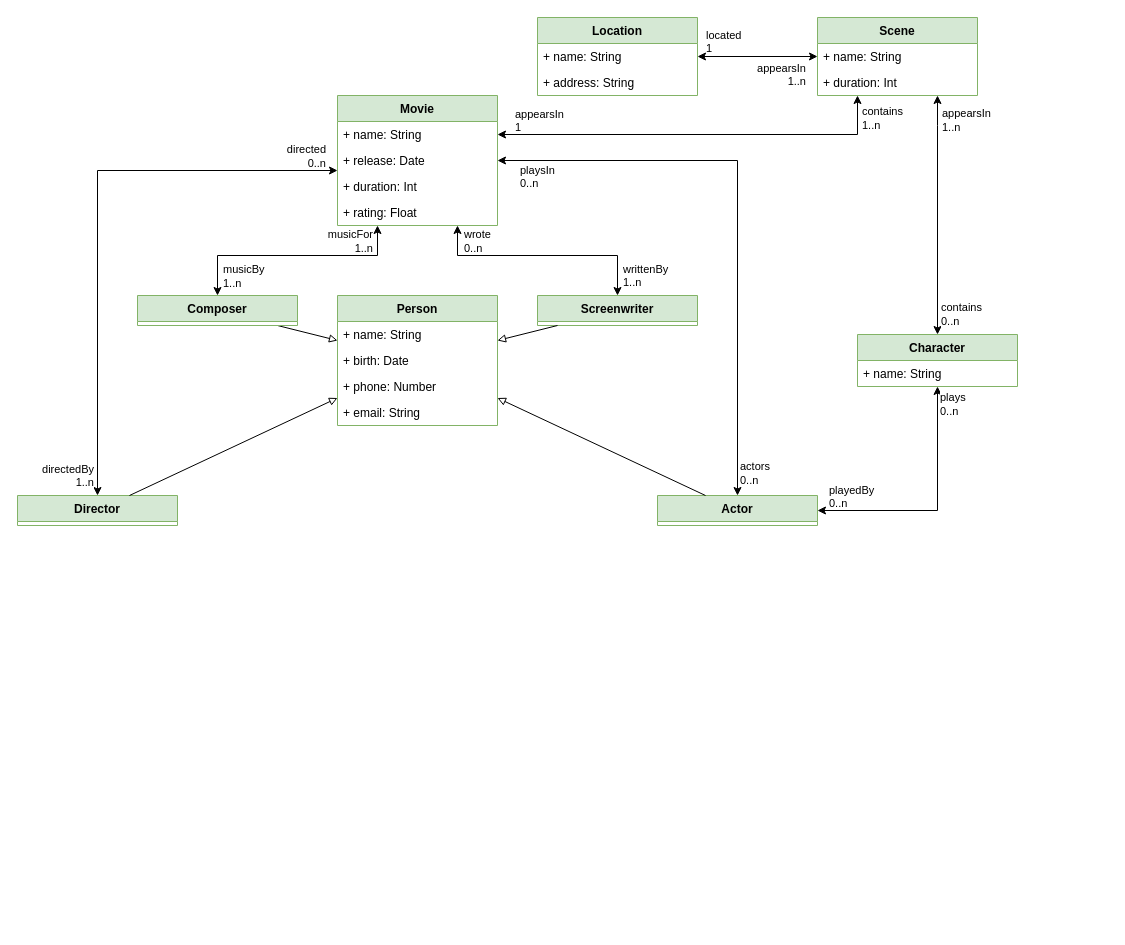
Before: hw3-UML-and-OCL/movie.drawio in jiriklepl/NTIN043, a draw.io diagram. Source tidied: cells renumbered, new cells numbered last; positions are measured from the earlier drawing's top-left corner, leaving out a move shared by most shapes. Both pictures are drawn from the tidied source at 100%, with x=0, y=0 at pixel (17, 17).
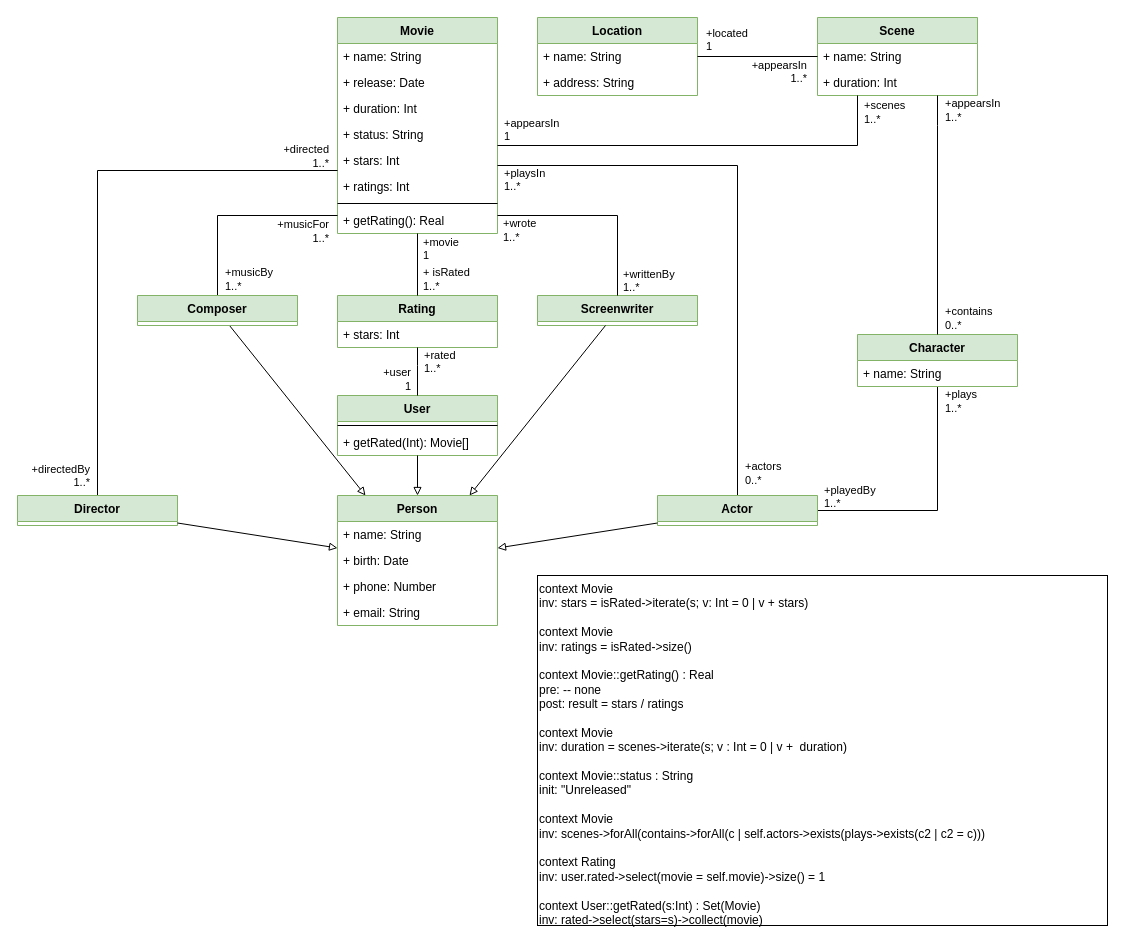
The same page after the edit.

Commit message:
i think this is almost done

Unchanged cells that the change refers to:
```xml
<mxCell id="10" value="Director" style="swimlane;fontStyle=1;align=center;verticalAlign=top;horizontal=1;startSize=26;fillColor=#d5e8d4;strokeColor=#82b366;" parent="1" vertex="1">
  <mxGeometry y="478" width="160" height="30" as="geometry" />
</mxCell>
<mxCell id="17" value="Actor" style="swimlane;fontStyle=1;align=center;verticalAlign=top;horizontal=1;startSize=26;fillColor=#d5e8d4;strokeColor=#82b366;" parent="1" vertex="1">
  <mxGeometry x="640" y="478" width="160" height="30" as="geometry" />
</mxCell>
<mxCell id="18" value="Character" style="swimlane;fontStyle=1;align=center;verticalAlign=top;horizontal=1;startSize=26;fillColor=#d5e8d4;strokeColor=#82b366;" parent="1" vertex="1">
  <mxGeometry x="840" y="317" width="160" height="52" as="geometry" />
</mxCell>
<mxCell id="20" value="Scene" style="swimlane;fontStyle=1;align=center;verticalAlign=top;horizontal=1;startSize=26;fillColor=#d5e8d4;strokeColor=#82b366;" parent="1" vertex="1">
  <mxGeometry x="800" width="160" height="78" as="geometry" />
</mxCell>
<mxCell id="21" value="+ name: String" style="text;strokeColor=none;fillColor=none;align=left;verticalAlign=top;spacingLeft=4;spacingRight=4;overflow=hidden;points=[[0,0.5],[1,0.5]];portConstraint=eastwest;" parent="20" vertex="1">
  <mxGeometry y="26" width="160" height="26" as="geometry" />
</mxCell>
<mxCell id="23" value="Location" style="swimlane;fontStyle=1;align=center;verticalAlign=top;horizontal=1;startSize=26;fillColor=#d5e8d4;strokeColor=#82b366;" parent="1" vertex="1">
  <mxGeometry x="520" width="160" height="78" as="geometry" />
</mxCell>
<mxCell id="31" value="Screenwriter" style="swimlane;fontStyle=1;align=center;verticalAlign=top;horizontal=1;startSize=26;fillColor=#d5e8d4;strokeColor=#82b366;" parent="1" vertex="1">
  <mxGeometry x="520" y="278" width="160" height="30" as="geometry" />
</mxCell>
<mxCell id="48" value="Composer" style="swimlane;fontStyle=1;align=center;verticalAlign=top;horizontal=1;startSize=26;fillColor=#d5e8d4;strokeColor=#82b366;" parent="1" vertex="1">
  <mxGeometry x="120" y="278" width="160" height="30" as="geometry" />
</mxCell>
```

What changed in the source:
```diff
@@
     <mxCell id="2" value="Movie" style="swimlane;fontStyle=1;align=center;verticalAlign=top;horizontal=1;startSize=26;fillColor=#d5e8d4;strokeColor=#82b366;" parent="1" vertex="1">
-      <mxGeometry x="320" y="78" width="160" height="130" as="geometry" />
+      <mxGeometry x="320" width="160" height="216" as="geometry" />
     </mxCell>
@@
-    <mxCell id="6" value="+ rating: Float" style="text;strokeColor=none;fillColor=none;align=left;verticalAlign=top;spacingLeft=4;spacingRight=4;overflow=hidden;" parent="2" vertex="1">
+    <mxCell id="6" value="+ status: String" style="text;strokeColor=none;fillColor=none;align=left;verticalAlign=top;spacingLeft=4;spacingRight=4;overflow=hidden;" parent="2" vertex="1">
       <mxGeometry y="104" width="160" height="26" as="geometry" />
     </mxCell>
+    <mxCell id="52" value="+ stars: Int" style="text;strokeColor=none;fillColor=none;align=left;verticalAlign=top;spacingLeft=4;spacingRight=4;overflow=hidden;" parent="2" vertex="1">
+      <mxGeometry y="130" width="160" height="26" as="geometry" />
+    </mxCell>
+    <mxCell id="53" value="+ ratings: Int" style="text;strokeColor=none;fillColor=none;align=left;verticalAlign=top;spacingLeft=4;spacingRight=4;overflow=hidden;" parent="2" vertex="1">
+      <mxGeometry y="156" width="160" height="26" as="geometry" />
+    </mxCell>
+    <mxCell id="54" style="line;strokeWidth=1;fillColor=none;align=left;verticalAlign=middle;spacingTop=-1;spacingLeft=3;spacingRight=3;labelPosition=right;" parent="2" vertex="1">
+      <mxGeometry y="182" width="160" height="8" as="geometry" />
+    </mxCell>
+    <mxCell id="55" value="+ getRating(): Real" style="text;strokeColor=none;fillColor=none;align=left;verticalAlign=top;spacingLeft=4;spacingRight=4;overflow=hidden;" parent="2" vertex="1">
+      <mxGeometry y="190" width="160" height="26" as="geometry" />
+    </mxCell>
-    <mxCell id="7" style="edgeStyle=orthogonalEdgeStyle;rounded=0;jettySize=auto;html=1;startArrow=classic;startFill=1;" parent="1" edge="1" source="10" target="2">
+    <mxCell id="7" style="edgeStyle=orthogonalEdgeStyle;rounded=0;jettySize=auto;html=1;startArrow=none;startFill=0;endArrow=none;endFill=0;" parent="1" edge="1" source="10" target="2">
       <mxGeometry relative="1" as="geometry">
         <Array as="points">
           <mxPoint x="80" y="153" />
         </Array>
       </mxGeometry>
     </mxCell>
-    <mxCell id="8" value="directed&lt;br&gt;&lt;div&gt;0..n&lt;/div&gt;" style="edgeLabel;html=1;align=right;verticalAlign=middle;" parent="7" vertex="1">
+    <mxCell id="8" value="+directed&lt;br&gt;&lt;div&gt;1..*&lt;/div&gt;" style="edgeLabel;html=1;align=right;verticalAlign=middle;" parent="7" vertex="1">
       <mxGeometry x="0.86" y="-1" relative="1" as="geometry">
-        <mxPoint x="29" y="-16" as="offset" />
+        <mxPoint x="32" y="-16" as="offset" />
       </mxGeometry>
     </mxCell>
-    <mxCell id="9" value="directedBy&lt;br&gt;1..n" style="edgeLabel;html=1;align=right;verticalAlign=bottom;" parent="7" vertex="1">
+    <mxCell id="9" value="+directedBy&lt;br&gt;1..*" style="edgeLabel;html=1;align=right;verticalAlign=bottom;" parent="7" vertex="1">
       <mxGeometry x="-0.93" y="-1" relative="1" as="geometry">
-        <mxPoint x="-4" y="15" as="offset" />
+        <mxPoint x="-8" y="15" as="offset" />
       </mxGeometry>
     </mxCell>
@@
-    <mxCell id="11" style="edgeStyle=orthogonalEdgeStyle;rounded=0;jettySize=auto;html=1;startArrow=classic;startFill=1;" parent="1" edge="1" source="17" target="18">
+    <mxCell id="11" style="edgeStyle=orthogonalEdgeStyle;rounded=0;jettySize=auto;html=1;startArrow=none;startFill=0;endArrow=none;endFill=0;" parent="1" edge="1" source="17" target="18">
       <mxGeometry relative="1" as="geometry" />
     </mxCell>
-    <mxCell id="12" value="plays&lt;br&gt;&lt;div&gt;0..n&lt;/div&gt;" style="edgeLabel;html=1;align=left;verticalAlign=middle;" parent="11" vertex="1">
-      <mxGeometry x="0.86" y="-1" relative="1" as="geometry" />
+    <mxCell id="12" value="+plays&lt;br&gt;&lt;div&gt;1..*&lt;/div&gt;" style="edgeLabel;html=1;align=left;verticalAlign=middle;" parent="11" vertex="1">
+      <mxGeometry x="0.86" y="-1" relative="1" as="geometry">
+        <mxPoint x="5" y="-3" as="offset" />
+      </mxGeometry>
     </mxCell>
-    <mxCell id="13" value="playedBy&lt;br&gt;0..n" style="edgeLabel;html=1;align=left;verticalAlign=bottom;" parent="11" vertex="1">
+    <mxCell id="13" value="+playedBy&lt;br&gt;1..*" style="edgeLabel;html=1;align=left;verticalAlign=bottom;" parent="11" vertex="1">
       <mxGeometry x="-0.83" y="-3" relative="1" as="geometry">
-        <mxPoint x="-11" y="-2" as="offset" />
+        <mxPoint x="-16" y="-2" as="offset" />
       </mxGeometry>
     </mxCell>
-    <mxCell id="14" style="edgeStyle=orthogonalEdgeStyle;rounded=0;jettySize=auto;html=1;startArrow=classic;startFill=1;" parent="1" edge="1" source="17" target="2">
+    <mxCell id="14" style="edgeStyle=orthogonalEdgeStyle;rounded=0;jettySize=auto;html=1;startArrow=none;startFill=0;endArrow=none;endFill=0;" parent="1" edge="1" source="17" target="2">
       <mxGeometry relative="1" as="geometry">
         <Array as="points">
-          <mxPoint x="720" y="143" />
+          <mxPoint x="720" y="148" />
         </Array>
       </mxGeometry>
     </mxCell>
-    <mxCell id="15" value="playsIn&lt;br&gt;0..n" style="edgeLabel;html=1;align=left;verticalAlign=top;" parent="14" vertex="1">
+    <mxCell id="15" value="+playsIn&lt;br&gt;1..*" style="edgeLabel;html=1;align=left;verticalAlign=top;" parent="14" vertex="1">
       <mxGeometry x="0.93" relative="1" as="geometry">
-        <mxPoint x="1" y="-3" as="offset" />
+        <mxPoint x="-15" y="-5" as="offset" />
       </mxGeometry>
     </mxCell>
-    <mxCell id="16" value="actors&lt;br&gt;0..n" style="edgeLabel;html=1;align=left;verticalAlign=middle;" parent="14" vertex="1">
+    <mxCell id="16" value="+actors&lt;br&gt;0..*" style="edgeLabel;html=1;align=left;verticalAlign=middle;" parent="14" vertex="1">
       <mxGeometry x="-0.92" relative="1" as="geometry">
-        <mxPoint x="1" as="offset" />
+        <mxPoint x="6" as="offset" />
       </mxGeometry>
     </mxCell>
@@
     <mxCell id="26" value="Person" style="swimlane;fontStyle=1;align=center;verticalAlign=top;horizontal=1;startSize=26;fillColor=#d5e8d4;strokeColor=#82b366;" parent="1" vertex="1">
-      <mxGeometry x="320" y="278" width="160" height="130" as="geometry" />
+      <mxGeometry x="320" y="478" width="160" height="130" as="geometry" />
     </mxCell>
@@
-    <mxCell id="32" style="edgeStyle=orthogonalEdgeStyle;rounded=0;jettySize=auto;html=1;startArrow=classic;startFill=1;" parent="1" edge="1" source="48" target="2">
+    <mxCell id="32" style="edgeStyle=orthogonalEdgeStyle;rounded=0;jettySize=auto;html=1;startArrow=none;startFill=0;endArrow=none;endFill=0;" parent="1" edge="1" source="48" target="2">
       <mxGeometry relative="1" as="geometry">
         <Array as="points">
-          <mxPoint x="200" y="238" />
-          <mxPoint x="360" y="238" />
+          <mxPoint x="200" y="198" />
         </Array>
       </mxGeometry>
     </mxCell>
-    <mxCell id="33" value="musicBy&lt;br&gt;1..n" style="edgeLabel;html=1;align=left;verticalAlign=middle;" parent="32" vertex="1">
+    <mxCell id="33" value="+musicBy&lt;br&gt;1..*" style="edgeLabel;html=1;align=left;verticalAlign=middle;" parent="32" vertex="1">
       <mxGeometry x="-0.52" y="-3" relative="1" as="geometry">
-        <mxPoint x="-11" y="17" as="offset" />
+        <mxPoint x="3" y="31" as="offset" />
       </mxGeometry>
     </mxCell>
-    <mxCell id="34" value="&lt;div style=&quot;&quot;&gt;musicFor&lt;/div&gt;1..n" style="edgeLabel;html=1;align=right;verticalAlign=middle;" parent="32" vertex="1">
+    <mxCell id="34" value="&lt;div&gt;+musicFor&lt;/div&gt;1..*" style="edgeLabel;html=1;align=right;verticalAlign=middle;" parent="32" vertex="1">
       <mxGeometry x="0.58" y="2" relative="1" as="geometry">
-        <mxPoint x="14" y="-13" as="offset" />
+        <mxPoint x="34" y="17" as="offset" />
       </mxGeometry>
     </mxCell>
-    <mxCell id="35" style="edgeStyle=orthogonalEdgeStyle;rounded=0;jettySize=auto;html=1;startArrow=classic;startFill=1;" parent="1" edge="1" source="21" target="23">
+    <mxCell id="35" style="edgeStyle=orthogonalEdgeStyle;rounded=0;jettySize=auto;html=1;startArrow=none;startFill=0;endArrow=none;endFill=0;" parent="1" edge="1" source="21" target="23">
       <mxGeometry relative="1" as="geometry" />
     </mxCell>
-    <mxCell id="36" value="&lt;div&gt;located&lt;/div&gt;&lt;div&gt;1&lt;/div&gt;" style="edgeLabel;html=1;align=left;verticalAlign=bottom;" parent="35" vertex="1">
+    <mxCell id="36" value="&lt;div&gt;+located&lt;/div&gt;&lt;div&gt;1&lt;/div&gt;" style="edgeLabel;html=1;align=left;verticalAlign=bottom;" parent="35" vertex="1">
       <mxGeometry x="0.68" y="1" relative="1" as="geometry">
-        <mxPoint x="-12" y="-1" as="offset" />
+        <mxPoint x="-12" y="-3" as="offset" />
       </mxGeometry>
     </mxCell>
-    <mxCell id="37" value="appearsIn&lt;br&gt;1..n" style="edgeLabel;html=1;align=right;verticalAlign=top;" parent="35" vertex="1">
+    <mxCell id="37" value="+appearsIn&lt;br&gt;1..*" style="edgeLabel;html=1;align=right;verticalAlign=top;" parent="35" vertex="1">
       <mxGeometry x="-0.7" y="2" relative="1" as="geometry">
-        <mxPoint x="7" y="-3" as="offset" />
+        <mxPoint x="8" y="-6" as="offset" />
       </mxGeometry>
     </mxCell>
-    <mxCell id="38" style="edgeStyle=orthogonalEdgeStyle;rounded=0;jettySize=auto;html=1;startArrow=classic;startFill=1;" parent="1" edge="1" source="2" target="20">
+    <mxCell id="38" style="edgeStyle=orthogonalEdgeStyle;rounded=0;jettySize=auto;html=1;startArrow=none;startFill=0;endArrow=none;endFill=0;" parent="1" edge="1" source="2" target="20">
       <mxGeometry relative="1" as="geometry">
         <Array as="points">
-          <mxPoint x="840" y="117" />
+          <mxPoint x="840" y="128" />
         </Array>
       </mxGeometry>
     </mxCell>
-    <mxCell id="39" value="contains&lt;br&gt;1..n" style="edgeLabel;html=1;align=left;verticalAlign=middle;" parent="38" vertex="1">
+    <mxCell id="39" value="+scenes&lt;br&gt;1..*" style="edgeLabel;html=1;align=left;verticalAlign=middle;" parent="38" vertex="1">
       <mxGeometry x="0.84" y="1" relative="1" as="geometry">
-        <mxPoint x="4" y="-10" as="offset" />
+        <mxPoint x="6" y="-17" as="offset" />
       </mxGeometry>
     </mxCell>
-    <mxCell id="40" value="appearsIn&lt;br&gt;1" style="edgeLabel;html=1;align=left;verticalAlign=bottom;" parent="38" vertex="1">
+    <mxCell id="40" value="+appearsIn&lt;br&gt;1" style="edgeLabel;html=1;align=left;verticalAlign=bottom;" parent="38" vertex="1">
       <mxGeometry x="-0.92" y="-2" relative="1" as="geometry">
-        <mxPoint y="-1" as="offset" />
+        <mxPoint x="-11" y="-3" as="offset" />
       </mxGeometry>
     </mxCell>
-    <mxCell id="41" style="edgeStyle=orthogonalEdgeStyle;rounded=0;jettySize=auto;html=1;startArrow=classic;startFill=1;" parent="1" edge="1" source="20" target="18">
+    <mxCell id="41" style="edgeStyle=orthogonalEdgeStyle;rounded=0;jettySize=auto;html=1;startArrow=none;startFill=0;endArrow=none;endFill=0;" parent="1" edge="1" source="20" target="18">
       <mxGeometry relative="1" as="geometry">
         <Array as="points">
           <mxPoint x="920" y="108" />
           <mxPoint x="920" y="108" />
         </Array>
       </mxGeometry>
     </mxCell>
-    <mxCell id="42" value="appearsIn&lt;br&gt;1..n" style="edgeLabel;html=1;align=left;verticalAlign=middle;" parent="41" vertex="1">
+    <mxCell id="42" value="+appearsIn&lt;br&gt;1..*" style="edgeLabel;html=1;align=left;verticalAlign=middle;" parent="41" vertex="1">
       <mxGeometry x="-0.79" y="4" relative="1" as="geometry">
-        <mxPoint x="-1" y="-1" as="offset" />
+        <mxPoint x="2" y="-11" as="offset" />
       </mxGeometry>
     </mxCell>
-    <mxCell id="43" value="contains&lt;br&gt;0..n" style="edgeLabel;html=1;align=left;verticalAlign=middle;" parent="41" vertex="1">
+    <mxCell id="43" value="+contains&lt;br&gt;0..*" style="edgeLabel;html=1;align=left;verticalAlign=middle;" parent="41" vertex="1">
       <mxGeometry x="0.7" y="4" relative="1" as="geometry">
-        <mxPoint x="-2" y="15" as="offset" />
+        <mxPoint x="2" y="19" as="offset" />
       </mxGeometry>
     </mxCell>
@@
-    <mxCell id="49" style="edgeStyle=orthogonalEdgeStyle;rounded=0;jettySize=auto;html=1;startArrow=classic;startFill=1;" parent="1" edge="1" source="31" target="2">
+    <mxCell id="49" style="edgeStyle=orthogonalEdgeStyle;rounded=0;jettySize=auto;html=1;startArrow=none;startFill=0;endArrow=none;endFill=0;" parent="1" edge="1" source="31" target="2">
       <mxGeometry relative="1" as="geometry">
         <Array as="points">
-          <mxPoint x="600" y="238" />
-          <mxPoint x="440" y="238" />
+          <mxPoint x="600" y="198" />
         </Array>
       </mxGeometry>
     </mxCell>
-    <mxCell id="50" value="wrote&lt;br&gt;&lt;div&gt;0..n&lt;/div&gt;" style="edgeLabel;html=1;align=left;verticalAlign=middle;" parent="49" vertex="1">
+    <mxCell id="50" value="+wrote&lt;br&gt;&lt;div&gt;1..*&lt;/div&gt;" style="edgeLabel;html=1;align=left;verticalAlign=middle;" parent="49" vertex="1">
       <mxGeometry x="0.63" relative="1" as="geometry">
-        <mxPoint x="-8" y="-15" as="offset" />
+        <mxPoint x="-33" y="14" as="offset" />
       </mxGeometry>
     </mxCell>
-    <mxCell id="51" value="writtenBy&lt;br&gt;1..n" style="edgeLabel;html=1;align=left;verticalAlign=bottom;" parent="49" vertex="1">
+    <mxCell id="51" value="+writtenBy&lt;br&gt;1..*" style="edgeLabel;html=1;align=left;verticalAlign=bottom;" parent="49" vertex="1">
       <mxGeometry x="-0.7" y="1" relative="1" as="geometry">
         <mxPoint x="5" y="30" as="offset" />
       </mxGeometry>
     </mxCell>
+    <mxCell id="56" value="context Movie&lt;br&gt;inv: stars&amp;nbsp;= isRated-&amp;gt;iterate(s; v: Int = 0 | v + stars)&lt;br&gt;&lt;br&gt;context Movie&lt;br&gt;inv: ratings = isRated-&amp;gt;size()&lt;br&gt;&lt;br&gt;context Movie::getRating() : Real&lt;br&gt;pre: -- none&lt;br&gt;post: result = stars / ratings&lt;br&gt;&lt;br&gt;context Movie&lt;br&gt;inv: duration = scenes-&amp;gt;iterate(s; v : Int = 0 | v +&amp;nbsp; duration)&lt;br&gt;&lt;br&gt;context Movie::status : String&lt;br&gt;init: &quot;Unreleased&quot;&lt;br&gt;&lt;br&gt;context Movie&lt;br&gt;inv: scenes-&amp;gt;forAll(contains-&amp;gt;forAll(c | self.actors-&amp;gt;exists(plays-&amp;gt;exists(c2 | c2 = c)))&lt;br&gt;&lt;br&gt;context Rating&lt;br&gt;inv: user.rated-&amp;gt;select(movie = self.movie)-&amp;gt;size() = 1&lt;br&gt;&lt;br&gt;context User::getRated(s:Int) : Set(Movie)&lt;br&gt;inv: rated-&amp;gt;select(stars=s)-&amp;gt;collect(movie)" style="rounded=0;whiteSpace=wrap;html=1;verticalAlign=top;align=left;" parent="1" vertex="1">
+      <mxGeometry x="520" y="558" width="570" height="350" as="geometry" />
+    </mxCell>
+    <mxCell id="57" value="User" style="swimlane;fontStyle=1;align=center;verticalAlign=top;horizontal=1;startSize=26;fillColor=#d5e8d4;strokeColor=#82b366;" parent="1" vertex="1">
+      <mxGeometry x="320" y="378" width="160" height="60" as="geometry" />
+    </mxCell>
+    <mxCell id="58" style="line;strokeWidth=1;fillColor=none;align=left;verticalAlign=middle;spacingTop=-1;spacingLeft=3;spacingRight=3;labelPosition=right;" parent="57" vertex="1">
+      <mxGeometry y="26" width="160" height="8" as="geometry" />
+    </mxCell>
+    <mxCell id="59" value="+ getRated(Int): Movie[]" style="text;strokeColor=none;fillColor=none;align=left;verticalAlign=top;spacingLeft=4;spacingRight=4;overflow=hidden;" parent="57" vertex="1">
+      <mxGeometry y="34" width="160" height="26" as="geometry" />
+    </mxCell>
+    <mxCell id="60" style="endArrow=block;html=1;endFill=0;" parent="1" edge="1" source="57" target="26">
+      <mxGeometry relative="1" as="geometry" />
+    </mxCell>
+    <mxCell id="61" value="Rating" style="swimlane;fontStyle=1;align=center;verticalAlign=top;horizontal=1;startSize=26;fillColor=#d5e8d4;strokeColor=#82b366;" parent="1" vertex="1">
+      <mxGeometry x="320" y="278" width="160" height="52" as="geometry" />
+    </mxCell>
+    <mxCell id="62" value="+ stars: Int" style="text;strokeColor=none;fillColor=none;align=left;verticalAlign=top;spacingLeft=4;spacingRight=4;overflow=hidden;" parent="61" vertex="1">
+      <mxGeometry y="26" width="160" height="26" as="geometry" />
+    </mxCell>
+    <mxCell id="63" style="edgeStyle=orthogonalEdgeStyle;rounded=0;jettySize=auto;html=1;startArrow=none;startFill=0;endArrow=none;endFill=0;" parent="1" edge="1" source="57" target="61">
+      <mxGeometry relative="1" as="geometry">
+        <Array as="points">
+          <mxPoint x="400" y="348" />
+          <mxPoint x="400" y="348" />
+        </Array>
+      </mxGeometry>
+    </mxCell>
+    <mxCell id="64" value="+rated&lt;br&gt;1..*" style="edgeLabel;html=1;align=left;verticalAlign=top;" parent="63" vertex="1">
+      <mxGeometry x="0.93" relative="1" as="geometry">
+        <mxPoint x="5" y="-7" as="offset" />
+      </mxGeometry>
+    </mxCell>
+    <mxCell id="65" value="+user&lt;br&gt;1" style="edgeLabel;html=1;align=right;verticalAlign=middle;" parent="63" vertex="1">
+      <mxGeometry x="-0.92" relative="1" as="geometry">
+        <mxPoint x="-6" y="-15" as="offset" />
+      </mxGeometry>
+    </mxCell>
+    <mxCell id="66" style="edgeStyle=orthogonalEdgeStyle;rounded=0;jettySize=auto;html=1;startArrow=none;startFill=0;endArrow=none;endFill=0;" parent="1" edge="1" source="61" target="2">
+      <mxGeometry relative="1" as="geometry" />
+    </mxCell>
+    <mxCell id="67" value="+movie&lt;br&gt;1" style="edgeLabel;html=1;align=left;verticalAlign=top;" parent="66" vertex="1">
+      <mxGeometry x="0.93" relative="1" as="geometry">
+        <mxPoint x="4" y="-6" as="offset" />
+      </mxGeometry>
+    </mxCell>
+    <mxCell id="68" value="+ isRated&lt;br&gt;1..*" style="edgeLabel;html=1;align=left;verticalAlign=middle;" parent="66" vertex="1">
+      <mxGeometry x="-0.92" relative="1" as="geometry">
+        <mxPoint x="4" y="-15" as="offset" />
+      </mxGeometry>
+    </mxCell>
```
